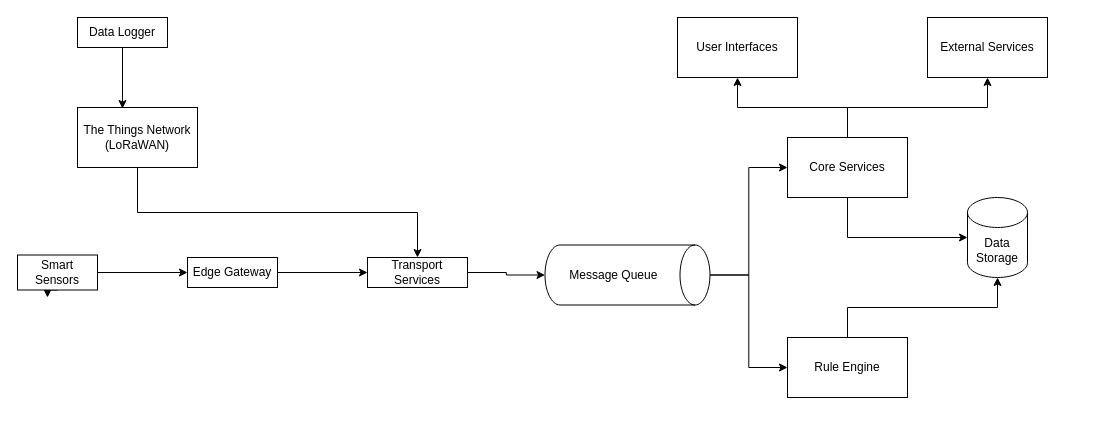
The draw.io diagram Untitled Diagram.drawio in mihairepo/test-repo, before the edit. Source tidied: cells renumbered, new cells numbered last; positions are measured from the earlier drawing's top-left corner, leaving out a move shared by most shapes. Both pictures are drawn from the tidied source at 100%, with x=0, y=0 at pixel (17, 17).
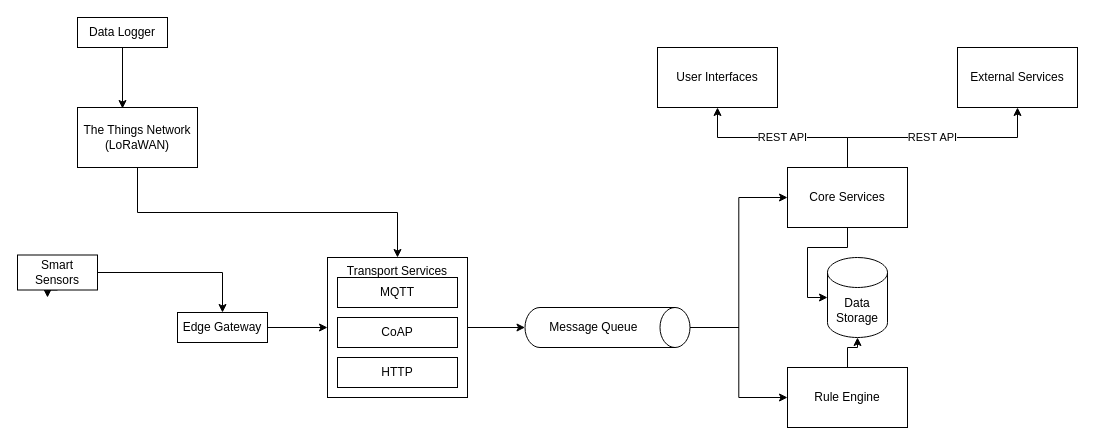
Above is the later version.

The edit, as a diff of the source:
```diff
@@
-    <mxCell id="3" value="Transport Services" style="rounded=0;whiteSpace=wrap;html=1;" parent="1" vertex="1">
-      <mxGeometry x="350" y="240" width="100" height="30" as="geometry" />
+    <mxCell id="3" value="Transport Services" style="rounded=0;whiteSpace=wrap;html=1;verticalAlign=top;" parent="1" vertex="1">
+      <mxGeometry x="310" y="240" width="140" height="140" as="geometry" />
     </mxCell>
@@
     <mxCell id="6" value="Message Queue&amp;nbsp;" style="shape=cylinder3;whiteSpace=wrap;html=1;boundedLbl=1;backgroundOutline=1;size=15;rotation=90;verticalAlign=middle;horizontal=0;" parent="1" vertex="1">
-      <mxGeometry x="580" y="175" width="60" height="165" as="geometry" />
+      <mxGeometry x="570" y="227.5" width="40" height="165" as="geometry" />
     </mxCell>
@@
     <mxCell id="8" value="Rule Engine" style="rounded=0;whiteSpace=wrap;html=1;" parent="1" vertex="1">
-      <mxGeometry x="770" y="320" width="120" height="60" as="geometry" />
+      <mxGeometry x="770" y="350" width="120" height="60" as="geometry" />
     </mxCell>
-    <mxCell id="9" style="edgeStyle=orthogonalEdgeStyle;rounded=0;jettySize=auto;html=1;exitX=0.5;exitY=0;exitDx=0;exitDy=0;entryX=0.5;entryY=1;entryDx=0;entryDy=0;" parent="1" edge="1" source="12" target="14">
+    <mxCell id="9" value="REST API" style="edgeStyle=orthogonalEdgeStyle;rounded=0;jettySize=auto;html=1;exitX=0.5;exitY=0;exitDx=0;exitDy=0;entryX=0.5;entryY=1;entryDx=0;entryDy=0;" parent="1" edge="1" source="12" target="14">
       <mxGeometry relative="1" as="geometry" />
     </mxCell>
-    <mxCell id="10" style="edgeStyle=orthogonalEdgeStyle;rounded=0;jettySize=auto;html=1;exitX=0.5;exitY=0;exitDx=0;exitDy=0;entryX=0.5;entryY=1;entryDx=0;entryDy=0;" parent="1" edge="1" source="12" target="15">
+    <mxCell id="10" value="REST API" style="edgeStyle=orthogonalEdgeStyle;rounded=0;jettySize=auto;html=1;exitX=0.5;exitY=0;exitDx=0;exitDy=0;entryX=0.5;entryY=1;entryDx=0;entryDy=0;" parent="1" edge="1" source="12" target="15">
       <mxGeometry relative="1" as="geometry" />
     </mxCell>
@@
     <mxCell id="12" value="Core Services" style="rounded=0;whiteSpace=wrap;html=1;" parent="1" vertex="1">
-      <mxGeometry x="770" y="120" width="120" height="60" as="geometry" />
+      <mxGeometry x="770" y="150" width="120" height="60" as="geometry" />
     </mxCell>
     <mxCell id="13" value="Data Storage" style="shape=cylinder3;whiteSpace=wrap;html=1;boundedLbl=1;backgroundOutline=1;size=15;verticalAlign=middle;" parent="1" vertex="1">
-      <mxGeometry x="950" y="180" width="60" height="80" as="geometry" />
+      <mxGeometry x="810" y="240" width="60" height="80" as="geometry" />
     </mxCell>
     <mxCell id="14" value="User Interfaces" style="rounded=0;whiteSpace=wrap;html=1;verticalAlign=middle;" parent="1" vertex="1">
-      <mxGeometry x="660" width="120" height="60" as="geometry" />
+      <mxGeometry x="640" y="30" width="120" height="60" as="geometry" />
     </mxCell>
     <mxCell id="15" value="External Services" style="rounded=0;whiteSpace=wrap;html=1;verticalAlign=middle;" parent="1" vertex="1">
-      <mxGeometry x="910" width="120" height="60" as="geometry" />
+      <mxGeometry x="940" y="30" width="120" height="60" as="geometry" />
     </mxCell>
@@
     <mxCell id="19" value="Edge Gateway" style="rounded=0;whiteSpace=wrap;html=1;verticalAlign=middle;" parent="1" vertex="1">
-      <mxGeometry x="170" y="240" width="90" height="30" as="geometry" />
+      <mxGeometry x="160" y="295" width="90" height="30" as="geometry" />
     </mxCell>
@@
+    <mxCell id="25" value="HTTP" style="rounded=0;whiteSpace=wrap;html=1;verticalAlign=middle;" parent="1" vertex="1">
+      <mxGeometry x="320" y="340" width="120" height="30" as="geometry" />
+    </mxCell>
+    <mxCell id="26" value="CoAP" style="rounded=0;whiteSpace=wrap;html=1;verticalAlign=middle;" parent="1" vertex="1">
+      <mxGeometry x="320" y="300" width="120" height="30" as="geometry" />
+    </mxCell>
+    <mxCell id="27" value="MQTT" style="rounded=0;whiteSpace=wrap;html=1;verticalAlign=middle;" parent="1" vertex="1">
+      <mxGeometry x="320" y="260" width="120" height="30" as="geometry" />
+    </mxCell>
```
